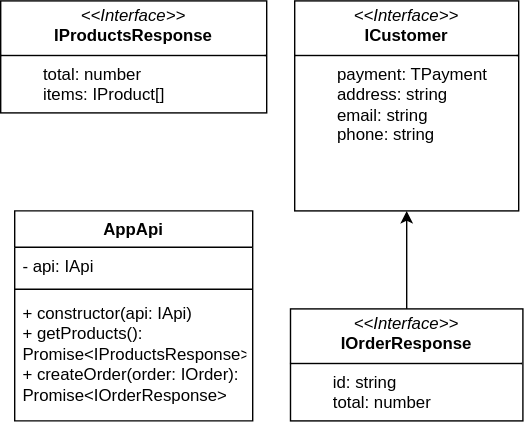
This is public/communication.svg from viceede/weblarek, a draw.io export, as it was before one commit. Source tidied: cells renumbered, new cells last; positions are measured from the earlier drawing's top-left corner, leaving out a move shared by most shapes. The source it was exported from:
```xml
<mxGraphModel>
  <root>
    <mxCell id="0" />
    <mxCell id="1" parent="0" />
    <mxCell id="2" value="AppApi" style="swimlane;fontStyle=1;align=center;verticalAlign=top;horizontal=1;startSize=26;whiteSpace=wrap;html=1;" parent="1" vertex="1">
      <mxGeometry x="10" y="150" width="170" height="150" as="geometry" />
    </mxCell>
    <mxCell id="3" value="- api: IApi" style="text;strokeColor=none;fillColor=none;align=left;verticalAlign=top;spacingLeft=4;spacingRight=4;overflow=hidden;whiteSpace=wrap;html=1;" parent="2" vertex="1">
      <mxGeometry y="26" width="170" height="26" as="geometry" />
    </mxCell>
    <mxCell id="4" style="line;strokeWidth=1;fillColor=none;align=left;verticalAlign=middle;spacingTop=-1;spacingLeft=3;spacingRight=3;labelPosition=right;strokeColor=inherit;" parent="2" vertex="1">
      <mxGeometry y="52" width="170" height="8" as="geometry" />
    </mxCell>
    <mxCell id="5" value="+ constructor(api: IApi)&lt;div&gt;+ getProducts(): Promise&amp;lt;IProductsResponse&amp;gt;&lt;/div&gt;&lt;div&gt;+ createOrder(order: IOrder): Promise&amp;lt;IOrderResponse&amp;gt;&lt;/div&gt;&lt;div&gt;&lt;br&gt;&lt;/div&gt;" style="text;strokeColor=none;fillColor=none;align=left;verticalAlign=top;spacingLeft=4;spacingRight=4;overflow=hidden;whiteSpace=wrap;html=1;" parent="2" vertex="1">
      <mxGeometry y="60" width="170" height="90" as="geometry" />
    </mxCell>
    <mxCell id="6" value="&lt;p style=&quot;margin:0px;margin-top:4px;text-align:center;&quot;&gt;&lt;i&gt;&amp;lt;&amp;lt;Interface&amp;gt;&amp;gt;&lt;/i&gt;&lt;br&gt;&lt;b&gt;IProductsResponse&lt;/b&gt;&lt;/p&gt;&lt;hr size=&quot;1&quot; style=&quot;border-style:solid;&quot;&gt;&lt;p style=&quot;margin:0px;margin-left:4px;&quot;&gt;&lt;span style=&quot;white-space: pre;&quot;&gt;&#9;&lt;/span&gt;total: number&lt;br&gt;&lt;/p&gt;&lt;p style=&quot;margin:0px;margin-left:4px;&quot;&gt;&lt;span style=&quot;white-space: pre;&quot;&gt;&#9;&lt;/span&gt;items: IProduct[]&lt;/p&gt;" style="verticalAlign=top;align=left;overflow=fill;html=1;whiteSpace=wrap;" parent="1" vertex="1">
      <mxGeometry width="190" height="80" as="geometry" />
    </mxCell>
    <mxCell id="7" style="edgeStyle=orthogonalEdgeStyle;rounded=0;jettySize=auto;html=1;" parent="1" edge="1" source="8" target="9">
      <mxGeometry relative="1" as="geometry" />
    </mxCell>
    <mxCell id="8" value="&lt;p style=&quot;margin:0px;margin-top:4px;text-align:center;&quot;&gt;&lt;i&gt;&amp;lt;&amp;lt;Interface&amp;gt;&amp;gt;&lt;/i&gt;&lt;br&gt;&lt;b&gt;IOrderResponse&lt;/b&gt;&lt;/p&gt;&lt;hr size=&quot;1&quot; style=&quot;border-style:solid;&quot;&gt;&lt;p style=&quot;margin:0px;margin-left:4px;&quot;&gt;&lt;span style=&quot;white-space: pre;&quot;&gt;&#9;&lt;/span&gt;id: string&lt;br&gt;&lt;/p&gt;&lt;p style=&quot;margin:0px;margin-left:4px;&quot;&gt;&lt;span style=&quot;white-space: pre;&quot;&gt;&#9;&lt;/span&gt;total: number&lt;br&gt;&lt;/p&gt;" style="verticalAlign=top;align=left;overflow=fill;html=1;whiteSpace=wrap;" parent="1" vertex="1">
      <mxGeometry x="207" y="220" width="166" height="80" as="geometry" />
    </mxCell>
    <mxCell id="9" value="&lt;p style=&quot;margin:0px;margin-top:4px;text-align:center;&quot;&gt;&lt;i&gt;&amp;lt;&amp;lt;Interface&amp;gt;&amp;gt;&lt;/i&gt;&lt;br&gt;&lt;b&gt;ICustomer&lt;/b&gt;&lt;/p&gt;&lt;hr size=&quot;1&quot; style=&quot;border-style:solid;&quot;&gt;&lt;p style=&quot;margin:0px;margin-left:4px;&quot;&gt;&lt;span style=&quot;white-space: pre;&quot;&gt;&#9;&lt;/span&gt;payment: TPayment&lt;br&gt;&lt;/p&gt;&lt;p style=&quot;margin:0px;margin-left:4px;&quot;&gt;&lt;span style=&quot;white-space: pre;&quot;&gt;&#9;&lt;/span&gt;address: string&lt;br&gt;&lt;/p&gt;&lt;p style=&quot;margin:0px;margin-left:4px;&quot;&gt;&lt;span style=&quot;white-space: pre;&quot;&gt;&#9;&lt;/span&gt;email: string&lt;br&gt;&lt;/p&gt;&lt;p style=&quot;margin:0px;margin-left:4px;&quot;&gt;&lt;span style=&quot;white-space: pre;&quot;&gt;&#9;&lt;/span&gt;phone: string&lt;br&gt;&lt;/p&gt;" style="verticalAlign=top;align=left;overflow=fill;html=1;whiteSpace=wrap;" parent="1" vertex="1">
      <mxGeometry x="210" width="160" height="150" as="geometry" />
    </mxCell>
  </root>
</mxGraphModel>
```
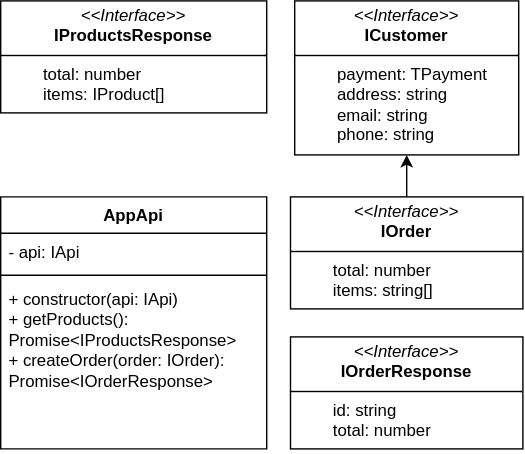
Above is the later version.

Commit message:
изменил диаграмму в документации

Diff of the diagram source:
```diff
@@ -3,28 +3,31 @@
     <mxCell id="0" />
     <mxCell id="1" parent="0" />
     <mxCell id="2" value="AppApi" style="swimlane;fontStyle=1;align=center;verticalAlign=top;horizontal=1;startSize=26;whiteSpace=wrap;html=1;" parent="1" vertex="1">
-      <mxGeometry x="10" y="150" width="170" height="150" as="geometry" />
+      <mxGeometry y="140" width="190" height="180" as="geometry" />
     </mxCell>
     <mxCell id="3" value="- api: IApi" style="text;strokeColor=none;fillColor=none;align=left;verticalAlign=top;spacingLeft=4;spacingRight=4;overflow=hidden;whiteSpace=wrap;html=1;" parent="2" vertex="1">
-      <mxGeometry y="26" width="170" height="26" as="geometry" />
+      <mxGeometry y="26" width="190" height="26" as="geometry" />
     </mxCell>
     <mxCell id="4" style="line;strokeWidth=1;fillColor=none;align=left;verticalAlign=middle;spacingTop=-1;spacingLeft=3;spacingRight=3;labelPosition=right;strokeColor=inherit;" parent="2" vertex="1">
-      <mxGeometry y="52" width="170" height="8" as="geometry" />
+      <mxGeometry y="52" width="190" height="8" as="geometry" />
     </mxCell>
     <mxCell id="5" value="+ constructor(api: IApi)&lt;div&gt;+ getProducts(): Promise&amp;lt;IProductsResponse&amp;gt;&lt;/div&gt;&lt;div&gt;+ createOrder(order: IOrder): Promise&amp;lt;IOrderResponse&amp;gt;&lt;/div&gt;&lt;div&gt;&lt;br&gt;&lt;/div&gt;" style="text;strokeColor=none;fillColor=none;align=left;verticalAlign=top;spacingLeft=4;spacingRight=4;overflow=hidden;whiteSpace=wrap;html=1;" parent="2" vertex="1">
-      <mxGeometry y="60" width="170" height="90" as="geometry" />
+      <mxGeometry y="60" width="190" height="120" as="geometry" />
     </mxCell>
     <mxCell id="6" value="&lt;p style=&quot;margin:0px;margin-top:4px;text-align:center;&quot;&gt;&lt;i&gt;&amp;lt;&amp;lt;Interface&amp;gt;&amp;gt;&lt;/i&gt;&lt;br&gt;&lt;b&gt;IProductsResponse&lt;/b&gt;&lt;/p&gt;&lt;hr size=&quot;1&quot; style=&quot;border-style:solid;&quot;&gt;&lt;p style=&quot;margin:0px;margin-left:4px;&quot;&gt;&lt;span style=&quot;white-space: pre;&quot;&gt;&#9;&lt;/span&gt;total: number&lt;br&gt;&lt;/p&gt;&lt;p style=&quot;margin:0px;margin-left:4px;&quot;&gt;&lt;span style=&quot;white-space: pre;&quot;&gt;&#9;&lt;/span&gt;items: IProduct[]&lt;/p&gt;" style="verticalAlign=top;align=left;overflow=fill;html=1;whiteSpace=wrap;" parent="1" vertex="1">
       <mxGeometry width="190" height="80" as="geometry" />
     </mxCell>
-    <mxCell id="7" style="edgeStyle=orthogonalEdgeStyle;rounded=0;jettySize=auto;html=1;" parent="1" edge="1" source="8" target="9">
-      <mxGeometry relative="1" as="geometry" />
-    </mxCell>
     <mxCell id="8" value="&lt;p style=&quot;margin:0px;margin-top:4px;text-align:center;&quot;&gt;&lt;i&gt;&amp;lt;&amp;lt;Interface&amp;gt;&amp;gt;&lt;/i&gt;&lt;br&gt;&lt;b&gt;IOrderResponse&lt;/b&gt;&lt;/p&gt;&lt;hr size=&quot;1&quot; style=&quot;border-style:solid;&quot;&gt;&lt;p style=&quot;margin:0px;margin-left:4px;&quot;&gt;&lt;span style=&quot;white-space: pre;&quot;&gt;&#9;&lt;/span&gt;id: string&lt;br&gt;&lt;/p&gt;&lt;p style=&quot;margin:0px;margin-left:4px;&quot;&gt;&lt;span style=&quot;white-space: pre;&quot;&gt;&#9;&lt;/span&gt;total: number&lt;br&gt;&lt;/p&gt;" style="verticalAlign=top;align=left;overflow=fill;html=1;whiteSpace=wrap;" parent="1" vertex="1">
-      <mxGeometry x="207" y="220" width="166" height="80" as="geometry" />
+      <mxGeometry x="207" y="240" width="166" height="80" as="geometry" />
     </mxCell>
     <mxCell id="9" value="&lt;p style=&quot;margin:0px;margin-top:4px;text-align:center;&quot;&gt;&lt;i&gt;&amp;lt;&amp;lt;Interface&amp;gt;&amp;gt;&lt;/i&gt;&lt;br&gt;&lt;b&gt;ICustomer&lt;/b&gt;&lt;/p&gt;&lt;hr size=&quot;1&quot; style=&quot;border-style:solid;&quot;&gt;&lt;p style=&quot;margin:0px;margin-left:4px;&quot;&gt;&lt;span style=&quot;white-space: pre;&quot;&gt;&#9;&lt;/span&gt;payment: TPayment&lt;br&gt;&lt;/p&gt;&lt;p style=&quot;margin:0px;margin-left:4px;&quot;&gt;&lt;span style=&quot;white-space: pre;&quot;&gt;&#9;&lt;/span&gt;address: string&lt;br&gt;&lt;/p&gt;&lt;p style=&quot;margin:0px;margin-left:4px;&quot;&gt;&lt;span style=&quot;white-space: pre;&quot;&gt;&#9;&lt;/span&gt;email: string&lt;br&gt;&lt;/p&gt;&lt;p style=&quot;margin:0px;margin-left:4px;&quot;&gt;&lt;span style=&quot;white-space: pre;&quot;&gt;&#9;&lt;/span&gt;phone: string&lt;br&gt;&lt;/p&gt;" style="verticalAlign=top;align=left;overflow=fill;html=1;whiteSpace=wrap;" parent="1" vertex="1">
-      <mxGeometry x="210" width="160" height="150" as="geometry" />
+      <mxGeometry x="210" width="160" height="110" as="geometry" />
     </mxCell>
+    <mxCell id="10" style="edgeStyle=orthogonalEdgeStyle;rounded=0;jettySize=auto;html=1;" parent="1" edge="1" source="11" target="9">
+      <mxGeometry relative="1" as="geometry" />
+    </mxCell>
+    <mxCell id="11" value="&lt;p style=&quot;margin:0px;margin-top:4px;text-align:center;&quot;&gt;&lt;i&gt;&amp;lt;&amp;lt;Interface&amp;gt;&amp;gt;&lt;/i&gt;&lt;br&gt;&lt;b&gt;IOrder&lt;/b&gt;&lt;/p&gt;&lt;hr size=&quot;1&quot; style=&quot;border-style:solid;&quot;&gt;&lt;p style=&quot;margin:0px;margin-left:4px;&quot;&gt;&lt;span style=&quot;background-color: transparent; color: light-dark(rgb(0, 0, 0), rgb(255, 255, 255)); white-space: pre;&quot;&gt;&#9;&lt;/span&gt;&lt;span style=&quot;background-color: transparent; color: light-dark(rgb(0, 0, 0), rgb(255, 255, 255));&quot;&gt;total: number&lt;/span&gt;&lt;/p&gt;&lt;p style=&quot;margin:0px;margin-left:4px;&quot;&gt;&lt;span style=&quot;background-color: transparent; color: light-dark(rgb(0, 0, 0), rgb(255, 255, 255));&quot;&gt;&lt;span style=&quot;white-space: pre;&quot;&gt;&#9;&lt;/span&gt;items: string[]&lt;br&gt;&lt;/span&gt;&lt;/p&gt;" style="verticalAlign=top;align=left;overflow=fill;html=1;whiteSpace=wrap;" parent="1" vertex="1">
+      <mxGeometry x="207" y="140" width="166" height="80" as="geometry" />
+    </mxCell>
   </root>
 </mxGraphModel>
```
